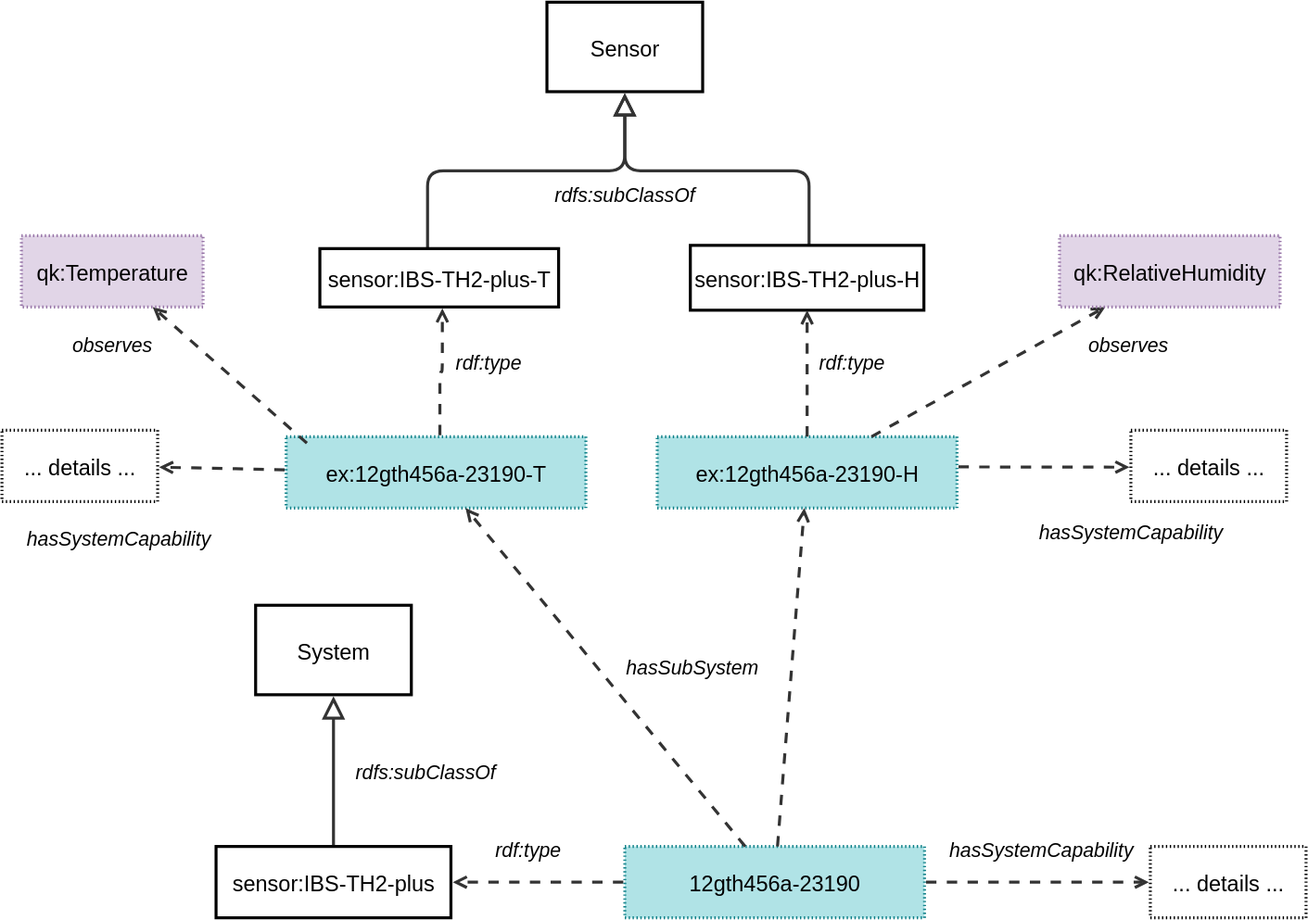
The draw.io diagram ssn/images/Inkbird-system.svg in w3c/sdw-sosa-ssn, before a commit. Source tidied: cells renumbered, new cells last; positions are measured from the earlier drawing's top-left corner, leaving out a move shared by most shapes.
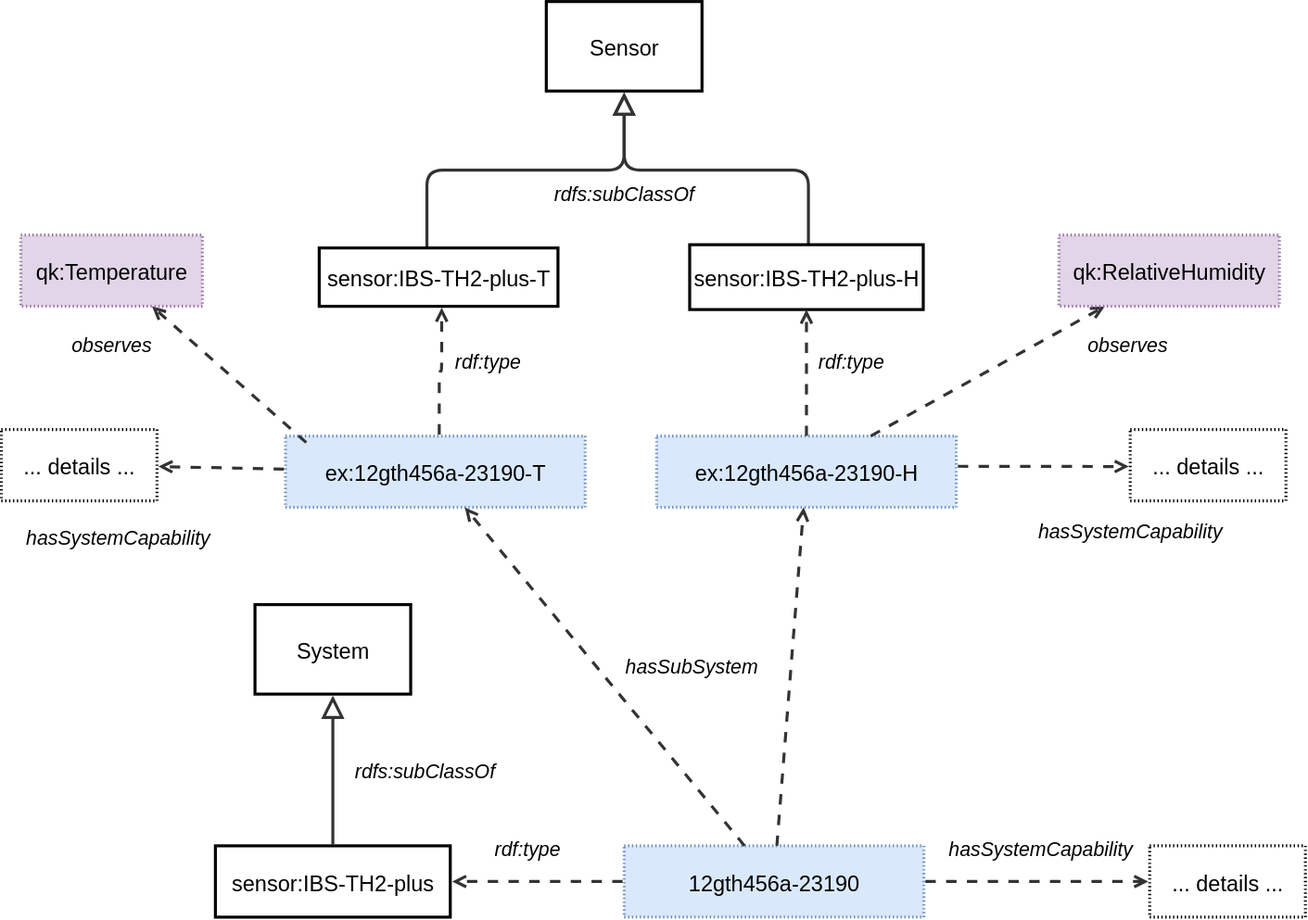
The same diagram one commit later.

Commit message:
consistent colours

The edit, as a diff of the source:
```diff
@@ -19,7 +19,7 @@
     <mxCell id="5" value="rdfs:subClassOf" style="html=1;overflow=block;blockSpacing=1;whiteSpace=wrap;fontSize=15.2;fontStyle=2;align=center;spacing=0;strokeColor=none;strokeOpacity=100;fillOpacity=100;fillColor=none;strokeWidth=2.3;lucidId=9pMQ9QXwF3GP;fontColor=default;convertToSvg=1;" parent="1" vertex="1">
       <mxGeometry x="390" y="125" width="180" height="45" as="geometry" />
     </mxCell>
-    <mxCell id="6" value="ex:12gth456a-23190-T" style="html=1;overflow=block;blockSpacing=1;whiteSpace=wrap;fontSize=16.8;align=center;spacing=0;strokeOpacity=100;fillColor=#b0e3e6;dashed=1;fixDash=1;dashPattern=1 2;strokeWidth=2.3;strokeColor=#0e8088;fontColor=default;convertToSvg=1;" parent="1" vertex="1">
+    <mxCell id="6" value="ex:12gth456a-23190-T" style="html=1;overflow=block;blockSpacing=1;whiteSpace=wrap;fontSize=16.8;align=center;spacing=0;strokeOpacity=100;fillColor=#dae8fc;dashed=1;fixDash=1;dashPattern=1 2;strokeWidth=2.3;strokeColor=#6c8ebf;convertToSvg=1;" parent="1" vertex="1">
       <mxGeometry x="219" y="335" width="231" height="55" as="geometry" />
     </mxCell>
     <mxCell id="7" style="html=1;jettySize=18;whiteSpace=wrap;fontSize=13;strokeColor=#333333;strokeOpacity=100;dashed=1;fixDash=1;dashPattern=8 8;strokeWidth=2.3;rounded=1;arcSize=24;edgeStyle=orthogonalEdgeStyle;startArrow=none;endArrow=open;exitX=0.513;exitY=-0.021;exitPerimeter=0;entryX=0.513;entryY=1.021;entryPerimeter=0;lucidId=9pMQWk-o9G5Y;fontColor=default;convertToSvg=1;" parent="1" edge="1" source="6" target="4">
@@ -59,7 +59,7 @@
     <mxCell id="16" value="sensor:IBS-TH2-plus-H" style="html=1;overflow=block;blockSpacing=1;whiteSpace=wrap;fontSize=16.8;fontColor=default;align=center;spacing=0;strokeOpacity=100;fillColor=none;strokeWidth=2.3;convertToSvg=1;" parent="1" vertex="1">
       <mxGeometry x="530.5" y="187.5" width="180" height="50" as="geometry" />
     </mxCell>
-    <mxCell id="17" value="ex:12gth456a-23190-H" style="html=1;overflow=block;blockSpacing=1;whiteSpace=wrap;fontSize=16.8;align=center;spacing=0;strokeOpacity=100;fillColor=#b0e3e6;dashed=1;fixDash=1;dashPattern=1 2;strokeWidth=2.3;strokeColor=#0e8088;fontColor=default;convertToSvg=1;" parent="1" vertex="1">
+    <mxCell id="17" value="ex:12gth456a-23190-H" style="html=1;overflow=block;blockSpacing=1;whiteSpace=wrap;fontSize=16.8;align=center;spacing=0;strokeOpacity=100;fillColor=#dae8fc;dashed=1;fixDash=1;dashPattern=1 2;strokeWidth=2.3;strokeColor=#6c8ebf;convertToSvg=1;" parent="1" vertex="1">
       <mxGeometry x="505" y="335" width="231" height="55" as="geometry" />
     </mxCell>
     <mxCell id="18" style="html=1;jettySize=18;whiteSpace=wrap;fontSize=13;strokeColor=#333333;strokeOpacity=100;dashed=1;fixDash=1;dashPattern=8 8;strokeWidth=2.3;rounded=1;arcSize=24;edgeStyle=orthogonalEdgeStyle;startArrow=none;endArrow=open;lucidId=brMQfSWmXrTp;curved=0;fontColor=default;convertToSvg=1;" parent="1" edge="1" source="17" target="16">
@@ -86,7 +86,7 @@
     <mxCell id="25" value="rdfs:subClassOf" style="html=1;overflow=block;blockSpacing=1;whiteSpace=wrap;fontSize=15.2;fontStyle=2;align=center;spacing=0;strokeColor=none;strokeOpacity=100;fillOpacity=100;fillColor=none;strokeWidth=2.3;lucidId=_sMQOavfzp-D;fontColor=default;convertToSvg=1;" parent="1" vertex="1">
       <mxGeometry x="236.5" y="570" width="180" height="45" as="geometry" />
     </mxCell>
-    <mxCell id="26" value="12gth456a-23190" style="html=1;overflow=block;blockSpacing=1;whiteSpace=wrap;fontSize=16.8;align=center;spacing=0;strokeOpacity=100;fillColor=#b0e3e6;dashed=1;fixDash=1;dashPattern=1 2;strokeWidth=2.3;strokeColor=#0e8088;fontColor=default;convertToSvg=1;" parent="1" vertex="1">
+    <mxCell id="26" value="12gth456a-23190" style="html=1;overflow=block;blockSpacing=1;whiteSpace=wrap;fontSize=16.8;align=center;spacing=0;strokeOpacity=100;fillColor=#dae8fc;dashed=1;fixDash=1;dashPattern=1 2;strokeWidth=2.3;strokeColor=#6c8ebf;convertToSvg=1;" parent="1" vertex="1">
       <mxGeometry x="480" y="651" width="231" height="55" as="geometry" />
     </mxCell>
     <mxCell id="27" style="html=1;jettySize=18;whiteSpace=wrap;fontSize=13;strokeColor=#333333;strokeOpacity=100;dashed=1;fixDash=1;dashPattern=8 8;strokeWidth=2.3;rounded=0;startArrow=none;endArrow=open;lucidId=xuMQGfIZYOIL;fontColor=default;convertToSvg=1;" parent="1" edge="1" source="26" target="6">
```
